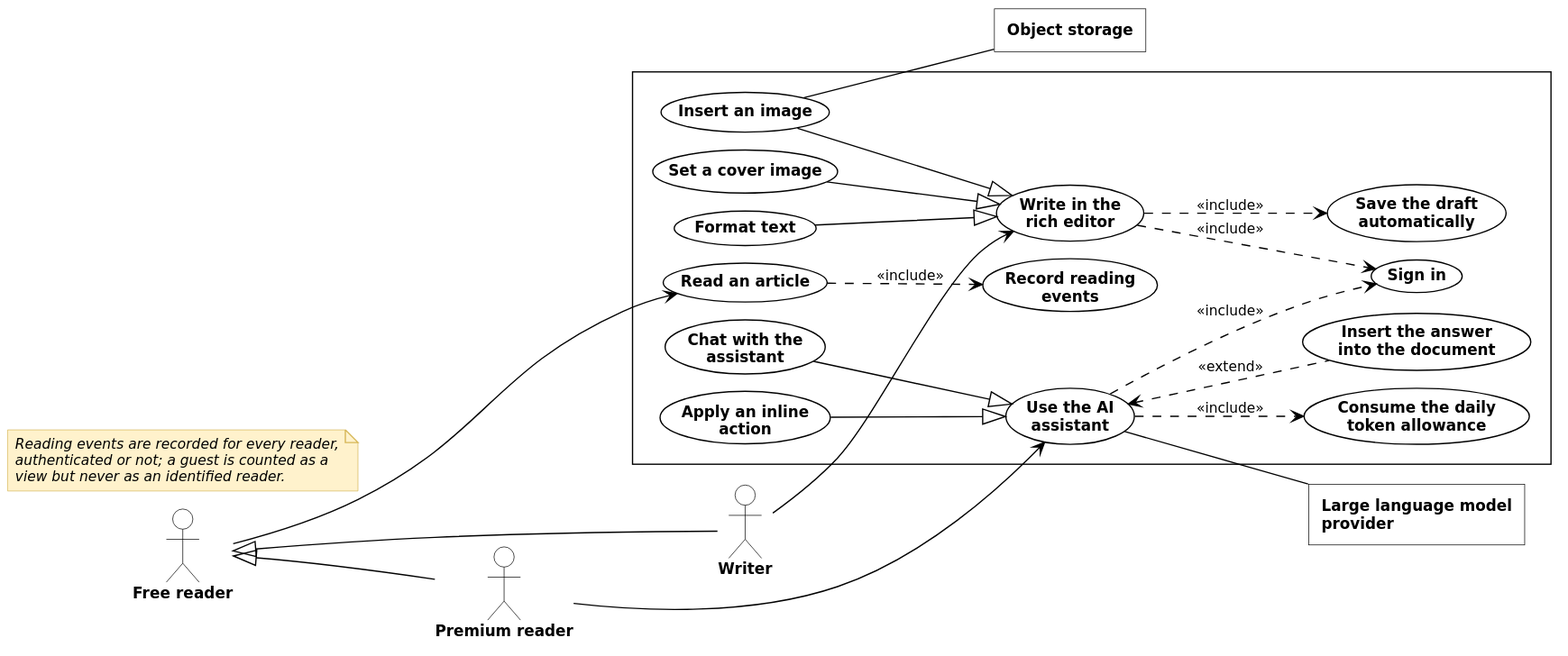
The PlantUML diagram diagrams/fig-4-4-use-case-sprint-2/fig-4-4-use-case-sprint-2.svg in inkwell-dev/spec.inkwell.ai, before a commit.
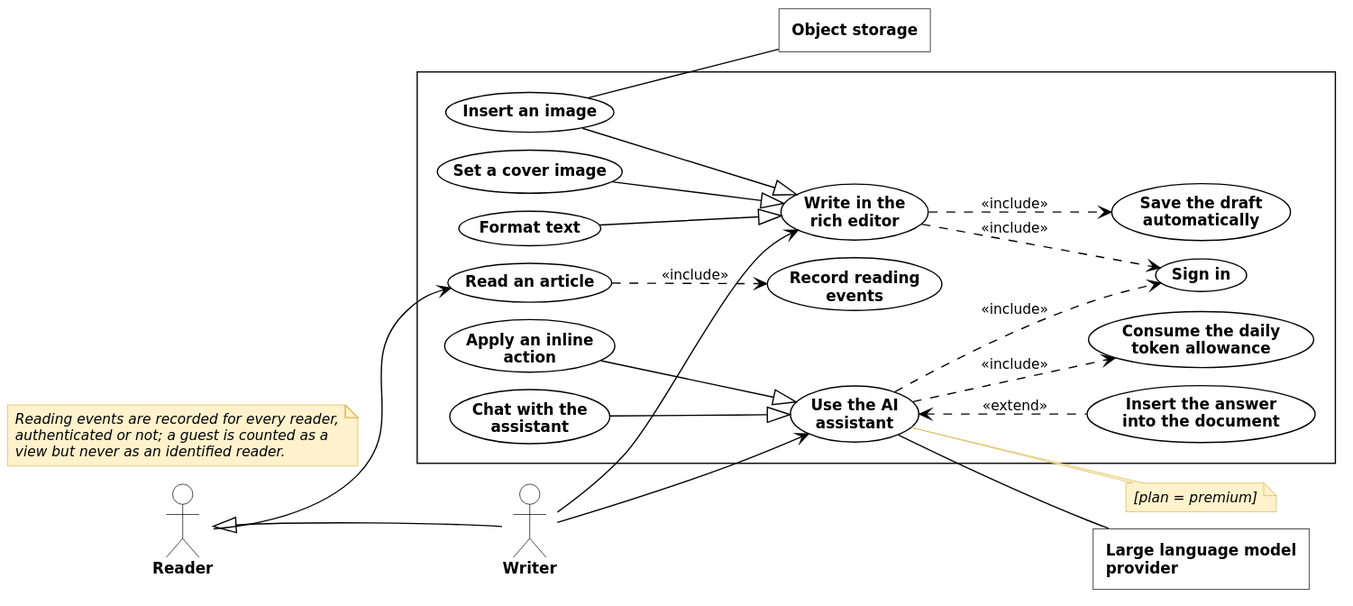
The same file after the commit.

What changed in the source:
```diff
@@ -4,11 +4,9 @@
 skinparam nodesep 14
 skinparam ranksep 60
 
-actor "Free reader" as LG
-actor "Premium reader" as LP
+actor "Reader" as LG
 actor "Writer" as R
 
-LP --|> LG
 R  --|> LG
 
 rectangle {
@@ -32,7 +30,7 @@
 
 R  --> EDIT
 LG --> READ
-LP --> AI
+R --> AI
 
 EDIT1 --|> EDIT
 EDIT2 --|> EDIT
@@ -50,12 +48,12 @@
 EDIT2 -- EXT1
 AI -- EXT2
 
-LG -[hidden]down- LP
-LP -[hidden]down- R
+LG -[hidden]down- R
 
 note as N1
   Reading events are recorded for every reader,
   authenticated or not; a guest is counted as a
   view but never as an identified reader.
 end note
+note right of AI : [plan = premium]
 @enduml
```
